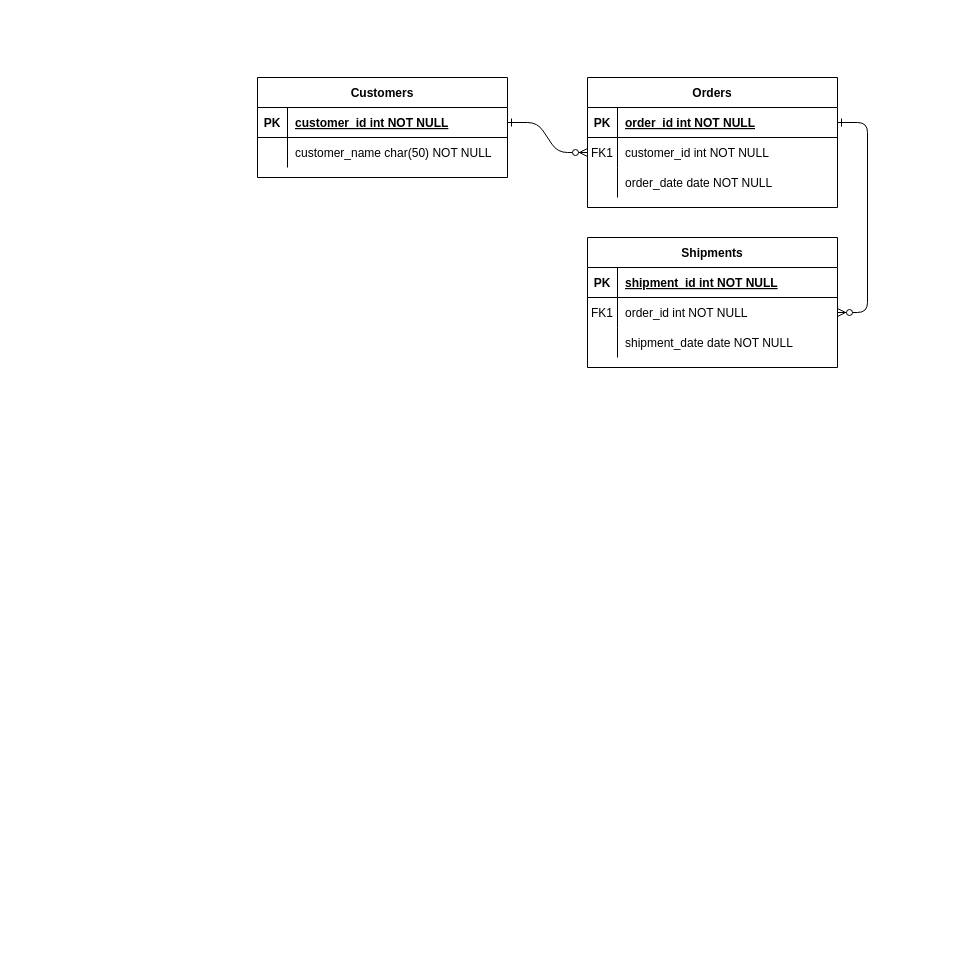
Before: Untitled Diagram.drawio in aeunderhill/BootcampX, a draw.io diagram. Source tidied: cells renumbered, new cells numbered last; positions are measured from the earlier drawing's top-left corner, leaving out a move shared by most shapes. Both pictures are drawn from the tidied source at 100%, with x=0, y=0 at pixel (257, 77).
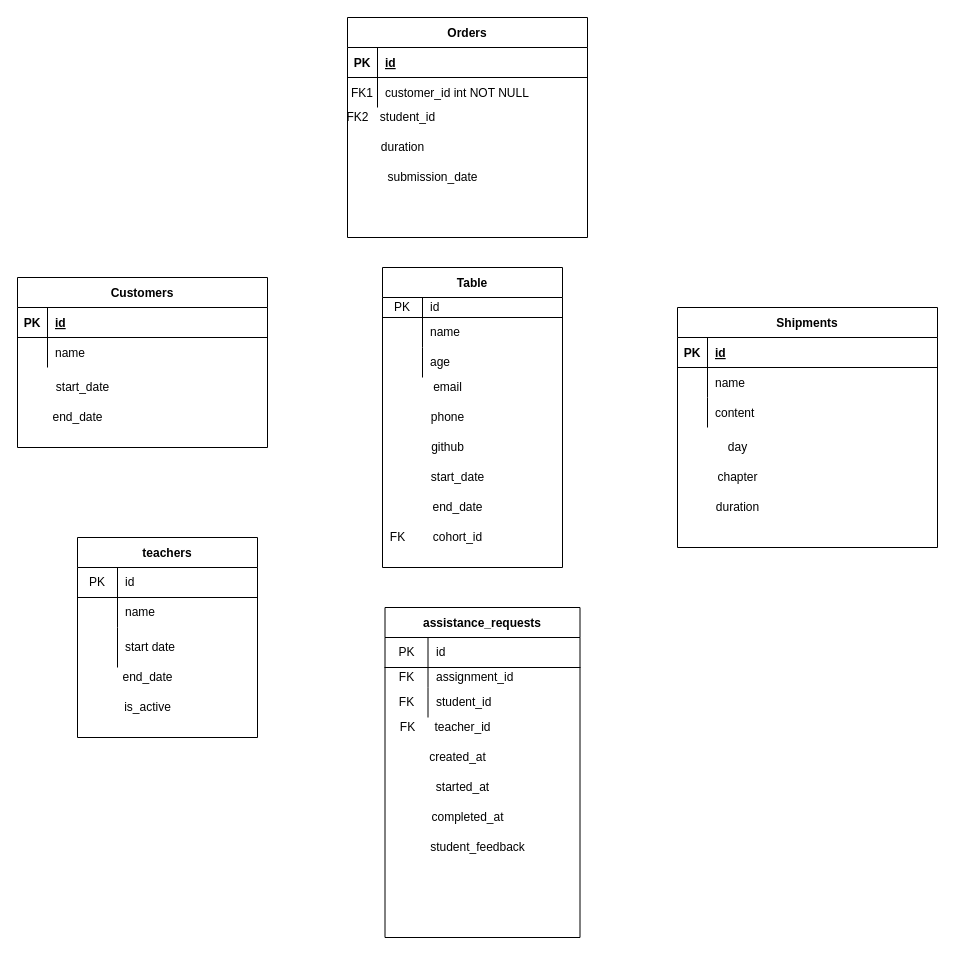
The same diagram, later.

Unchanged cells that the change refers to:
```xml
<mxCell id="25" style="shape=partialRectangle;fillColor=none;points=[[0,0.5],[1,0.5]];portConstraint=eastwest;top=0;left=0;right=0;bottom=1;" parent="24" vertex="1">
  <mxGeometry y="30" width="250" height="30" as="geometry" />
</mxCell>
<mxCell id="28" style="shape=partialRectangle;fillColor=none;top=0;left=0;right=0;bottom=0;" parent="24" vertex="1">
  <mxGeometry y="60" width="250" height="30" as="geometry" />
</mxCell>
```

What changed in the source:
```diff
@@
-    <mxCell id="2" style="edgeStyle=entityRelationEdgeStyle;endArrow=ERzeroToMany;startArrow=ERone;endFill=1;startFill=0;" parent="1" edge="1" source="25" target="8">
-      <mxGeometry relative="1" as="geometry" />
-    </mxCell>
-    <mxCell id="3" style="edgeStyle=entityRelationEdgeStyle;endArrow=ERzeroToMany;startArrow=ERone;endFill=1;startFill=0;" parent="1" edge="1" source="5" target="18">
-      <mxGeometry relative="1" as="geometry" />
-    </mxCell>
     <mxCell id="4" value="Orders" style="shape=table;startSize=30;childLayout=tableLayout;rowLines=0;fontStyle=1;align=center;" parent="1" vertex="1">
-      <mxGeometry x="330" width="250" height="130" as="geometry" />
+      <mxGeometry x="90" y="-60" width="240" height="220" as="geometry" />
     </mxCell>
     <mxCell id="5" style="shape=partialRectangle;fillColor=none;points=[[0,0.5],[1,0.5]];portConstraint=eastwest;top=0;left=0;right=0;bottom=1;" parent="4" vertex="1">
-      <mxGeometry y="30" width="250" height="30" as="geometry" />
+      <mxGeometry y="30" width="240" height="30" as="geometry" />
     </mxCell>
@@
-    <mxCell id="7" value="order_id int NOT NULL " style="shape=partialRectangle;overflow=hidden;fillColor=none;top=0;left=0;bottom=0;right=0;align=left;spacingLeft=6;fontStyle=5;" parent="5" vertex="1">
-      <mxGeometry x="30" width="220" height="30" as="geometry" />
+    <mxCell id="7" value="id" style="shape=partialRectangle;overflow=hidden;fillColor=none;top=0;left=0;bottom=0;right=0;align=left;spacingLeft=6;fontStyle=5;" parent="5" vertex="1">
+      <mxGeometry x="30" width="210" height="30" as="geometry" />
     </mxCell>
     <mxCell id="8" style="shape=partialRectangle;fillColor=none;points=[[0,0.5],[1,0.5]];portConstraint=eastwest;top=0;left=0;right=0;bottom=0;" parent="4" vertex="1">
-      <mxGeometry y="60" width="250" height="30" as="geometry" />
+      <mxGeometry y="60" width="240" height="30" as="geometry" />
     </mxCell>
@@
     <mxCell id="10" value="customer_id int NOT NULL" style="shape=partialRectangle;overflow=hidden;fillColor=none;top=0;left=0;bottom=0;right=0;align=left;spacingLeft=6;" parent="8" vertex="1">
-      <mxGeometry x="30" width="220" height="30" as="geometry" />
+      <mxGeometry x="30" width="210" height="30" as="geometry" />
     </mxCell>
-    <mxCell id="11" style="shape=partialRectangle;fillColor=none;top=0;left=0;right=0;bottom=0;" parent="4" vertex="1">
-      <mxGeometry y="90" width="250" height="30" as="geometry" />
-    </mxCell>
-    <mxCell id="12" style="shape=partialRectangle;overflow=hidden;fillColor=none;top=0;left=0;bottom=0;right=0;" parent="11" vertex="1">
-      <mxGeometry width="30" height="30" as="geometry" />
-    </mxCell>
-    <mxCell id="13" value="order_date date NOT NULL" style="shape=partialRectangle;overflow=hidden;fillColor=none;top=0;left=0;bottom=0;right=0;align=left;spacingLeft=6;" parent="11" vertex="1">
-      <mxGeometry x="30" width="220" height="30" as="geometry" />
-    </mxCell>
     <mxCell id="14" value="Shipments" style="shape=table;startSize=30;childLayout=tableLayout;rowLines=0;fontStyle=1;align=center;" parent="1" vertex="1">
-      <mxGeometry x="330" y="160" width="250" height="130" as="geometry" />
+      <mxGeometry x="420" y="230" width="260" height="240" as="geometry" />
     </mxCell>
     <mxCell id="15" style="shape=partialRectangle;fillColor=none;top=0;left=0;right=0;bottom=1;" parent="14" vertex="1">
-      <mxGeometry y="30" width="250" height="30" as="geometry" />
+      <mxGeometry y="30" width="260" height="30" as="geometry" />
     </mxCell>
@@
-    <mxCell id="17" value="shipment_id int NOT NULL " style="shape=partialRectangle;overflow=hidden;fillColor=none;top=0;left=0;bottom=0;right=0;align=left;spacingLeft=6;fontStyle=5;" parent="15" vertex="1">
-      <mxGeometry x="30" width="220" height="30" as="geometry" />
+    <mxCell id="17" value="id" style="shape=partialRectangle;overflow=hidden;fillColor=none;top=0;left=0;bottom=0;right=0;align=left;spacingLeft=6;fontStyle=5;" parent="15" vertex="1">
+      <mxGeometry x="30" width="230" height="30" as="geometry" />
     </mxCell>
     <mxCell id="18" style="shape=partialRectangle;fillColor=none;points=[[0,0.5],[1,0.5]];portConstraint=eastwest;top=0;left=0;right=0;bottom=0;" parent="14" vertex="1">
-      <mxGeometry y="60" width="250" height="30" as="geometry" />
+      <mxGeometry y="60" width="260" height="30" as="geometry" />
     </mxCell>
-    <mxCell id="19" value="FK1" style="shape=partialRectangle;overflow=hidden;fillColor=none;top=0;left=0;bottom=0;right=0;" parent="18" vertex="1">
+    <mxCell id="19" style="shape=partialRectangle;overflow=hidden;fillColor=none;top=0;left=0;bottom=0;right=0;" parent="18" vertex="1">
       <mxGeometry width="30" height="30" as="geometry" />
     </mxCell>
-    <mxCell id="20" value="order_id int NOT NULL" style="shape=partialRectangle;overflow=hidden;fillColor=none;top=0;left=0;bottom=0;right=0;align=left;spacingLeft=6;" parent="18" vertex="1">
-      <mxGeometry x="30" width="220" height="30" as="geometry" />
+    <mxCell id="20" value="name" style="shape=partialRectangle;overflow=hidden;fillColor=none;top=0;left=0;bottom=0;right=0;align=left;spacingLeft=6;" parent="18" vertex="1">
+      <mxGeometry x="30" width="230" height="30" as="geometry" />
     </mxCell>
     <mxCell id="21" style="shape=partialRectangle;fillColor=none;top=0;left=0;right=0;bottom=0;" parent="14" vertex="1">
-      <mxGeometry y="90" width="250" height="30" as="geometry" />
+      <mxGeometry y="90" width="260" height="30" as="geometry" />
     </mxCell>
@@
-    <mxCell id="23" value="shipment_date date NOT NULL" style="shape=partialRectangle;overflow=hidden;fillColor=none;top=0;left=0;bottom=0;right=0;align=left;spacingLeft=6;" parent="21" vertex="1">
-      <mxGeometry x="30" width="220" height="30" as="geometry" />
+    <mxCell id="23" value="content" style="shape=partialRectangle;overflow=hidden;fillColor=none;top=0;left=0;bottom=0;right=0;align=left;spacingLeft=6;" parent="21" vertex="1">
+      <mxGeometry x="30" width="230" height="30" as="geometry" />
     </mxCell>
     <mxCell id="24" value="Customers" style="shape=table;startSize=30;childLayout=tableLayout;rowLines=0;fontStyle=1;align=center;" parent="1" vertex="1">
-      <mxGeometry width="250" height="100" as="geometry" />
+      <mxGeometry x="-240" y="200" width="250" height="170" as="geometry" />
     </mxCell>
@@
-    <mxCell id="27" value="customer_id int NOT NULL " style="shape=partialRectangle;overflow=hidden;fillColor=none;top=0;left=0;bottom=0;right=0;align=left;spacingLeft=6;fontStyle=5;" parent="25" vertex="1">
+    <mxCell id="27" value="id" style="shape=partialRectangle;overflow=hidden;fillColor=none;top=0;left=0;bottom=0;right=0;align=left;spacingLeft=6;fontStyle=5;" parent="25" vertex="1">
       <mxGeometry x="30" width="220" height="30" as="geometry" />
     </mxCell>
@@
-    <mxCell id="30" value="customer_name char(50) NOT NULL" style="shape=partialRectangle;overflow=hidden;fillColor=none;top=0;left=0;bottom=0;right=0;align=left;spacingLeft=6;" parent="28" vertex="1">
+    <mxCell id="30" value="name" style="shape=partialRectangle;overflow=hidden;fillColor=none;top=0;left=0;bottom=0;right=0;align=left;spacingLeft=6;" parent="28" vertex="1">
       <mxGeometry x="30" width="220" height="30" as="geometry" />
     </mxCell>
+    <mxCell id="31" value="assistance_requests" style="shape=table;startSize=30;childLayout=tableLayout;rowLines=0;fontStyle=1;align=center;" parent="1" vertex="1">
+      <mxGeometry x="127.5" y="530" width="195" height="330" as="geometry" />
+    </mxCell>
+    <mxCell id="32" style="shape=partialRectangle;html=1;whiteSpace=wrap;fillColor=none;top=0;left=0;bottom=1;right=0;" parent="31" vertex="1">
+      <mxGeometry y="30" width="195" height="30" as="geometry" />
+    </mxCell>
+    <mxCell id="33" value="PK" style="shape=partialRectangle;html=1;whiteSpace=wrap;fillColor=none;top=0;left=0;bottom=0;right=0;overflow=hidden;" parent="32" vertex="1">
+      <mxGeometry width="43" height="30" as="geometry" />
+    </mxCell>
+    <mxCell id="34" value="id" style="shape=partialRectangle;html=1;whiteSpace=wrap;fillColor=none;top=0;left=0;bottom=0;right=0;align=left;spacingLeft=6;overflow=hidden;" parent="32" vertex="1">
+      <mxGeometry x="43" width="152" height="30" as="geometry" />
+    </mxCell>
+    <mxCell id="35" style="shape=partialRectangle;html=1;whiteSpace=wrap;fillColor=none;top=0;left=0;bottom=0;right=0;" parent="31" vertex="1">
+      <mxGeometry y="60" width="195" height="20" as="geometry" />
+    </mxCell>
+    <mxCell id="36" value="FK" style="shape=partialRectangle;html=1;whiteSpace=wrap;fillColor=none;top=0;left=0;bottom=0;right=0;overflow=hidden;" parent="35" vertex="1">
+      <mxGeometry width="43" height="20" as="geometry" />
+    </mxCell>
+    <mxCell id="37" value="assignment_id" style="shape=partialRectangle;html=1;whiteSpace=wrap;fillColor=none;top=0;left=0;bottom=0;right=0;align=left;spacingLeft=6;overflow=hidden;" parent="35" vertex="1">
+      <mxGeometry x="43" width="152" height="20" as="geometry" />
+    </mxCell>
+    <mxCell id="38" style="shape=partialRectangle;html=1;whiteSpace=wrap;fillColor=none;top=0;left=0;bottom=0;right=0;" parent="31" vertex="1">
+      <mxGeometry y="80" width="195" height="30" as="geometry" />
+    </mxCell>
+    <mxCell id="39" value="FK" style="shape=partialRectangle;html=1;whiteSpace=wrap;fillColor=none;top=0;left=0;bottom=0;right=0;overflow=hidden;" parent="38" vertex="1">
+      <mxGeometry width="43" height="30" as="geometry" />
+    </mxCell>
+    <mxCell id="40" value="student_id" style="shape=partialRectangle;html=1;whiteSpace=wrap;fillColor=none;top=0;left=0;bottom=0;right=0;align=left;spacingLeft=6;overflow=hidden;" parent="38" vertex="1">
+      <mxGeometry x="43" width="152" height="30" as="geometry" />
+    </mxCell>
+    <mxCell id="41" value="Table" style="shape=table;startSize=30;childLayout=tableLayout;rowLines=0;fontStyle=1;align=center;" parent="1" vertex="1">
+      <mxGeometry x="125" y="190" width="180" height="300" as="geometry" />
+    </mxCell>
+    <mxCell id="42" style="shape=partialRectangle;html=1;whiteSpace=wrap;fillColor=none;top=0;left=0;bottom=1;right=0;" parent="41" vertex="1">
+      <mxGeometry y="30" width="180" height="20" as="geometry" />
+    </mxCell>
+    <mxCell id="43" value="PK" style="shape=partialRectangle;html=1;whiteSpace=wrap;fillColor=none;top=0;left=0;bottom=0;right=0;overflow=hidden;" parent="42" vertex="1">
+      <mxGeometry width="40" height="20" as="geometry" />
+    </mxCell>
+    <mxCell id="44" value="id" style="shape=partialRectangle;html=1;whiteSpace=wrap;fillColor=none;top=0;left=0;bottom=0;right=0;align=left;spacingLeft=6;overflow=hidden;" parent="42" vertex="1">
+      <mxGeometry x="40" width="140" height="20" as="geometry" />
+    </mxCell>
+    <mxCell id="45" style="shape=partialRectangle;html=1;whiteSpace=wrap;fillColor=none;top=0;left=0;bottom=0;right=0;" parent="41" vertex="1">
+      <mxGeometry y="50" width="180" height="30" as="geometry" />
+    </mxCell>
+    <mxCell id="46" style="shape=partialRectangle;html=1;whiteSpace=wrap;fillColor=none;top=0;left=0;bottom=0;right=0;overflow=hidden;" parent="45" vertex="1">
+      <mxGeometry width="40" height="30" as="geometry" />
+    </mxCell>
+    <mxCell id="47" value="name" style="shape=partialRectangle;html=1;whiteSpace=wrap;fillColor=none;top=0;left=0;bottom=0;right=0;align=left;spacingLeft=6;overflow=hidden;" parent="45" vertex="1">
+      <mxGeometry x="40" width="140" height="30" as="geometry" />
+    </mxCell>
+    <mxCell id="48" style="shape=partialRectangle;html=1;whiteSpace=wrap;fillColor=none;top=0;left=0;bottom=0;right=0;" parent="41" vertex="1">
+      <mxGeometry y="80" width="180" height="30" as="geometry" />
+    </mxCell>
+    <mxCell id="49" style="shape=partialRectangle;html=1;whiteSpace=wrap;fillColor=none;top=0;left=0;bottom=0;right=0;overflow=hidden;" parent="48" vertex="1">
+      <mxGeometry width="40" height="30" as="geometry" />
+    </mxCell>
+    <mxCell id="50" value="age" style="shape=partialRectangle;html=1;whiteSpace=wrap;fillColor=none;top=0;left=0;bottom=0;right=0;align=left;spacingLeft=6;overflow=hidden;" parent="48" vertex="1">
+      <mxGeometry x="40" width="140" height="30" as="geometry" />
+    </mxCell>
+    <mxCell id="51" value="FK2" style="text;html=1;align=center;verticalAlign=middle;strokeColor=none;fontSize=12;" parent="1" vertex="1">
+      <mxGeometry x="80" y="30" width="40" height="20" as="geometry" />
+    </mxCell>
+    <mxCell id="52" value="student_id" style="text;html=1;align=center;verticalAlign=middle;strokeColor=none;fontSize=12;" parent="1" vertex="1">
+      <mxGeometry x="115" y="30" width="70" height="20" as="geometry" />
+    </mxCell>
+    <mxCell id="53" value="duration" style="text;html=1;align=center;verticalAlign=middle;strokeColor=none;fontSize=12;" parent="1" vertex="1">
+      <mxGeometry x="115" y="60" width="60" height="20" as="geometry" />
+    </mxCell>
+    <mxCell id="54" value="submission_date" style="text;html=1;align=center;verticalAlign=middle;strokeColor=none;fontSize=12;" parent="1" vertex="1">
+      <mxGeometry x="120" y="90" width="110" height="20" as="geometry" />
+    </mxCell>
+    <mxCell id="55" value="start_date" style="text;html=1;align=center;verticalAlign=middle;strokeColor=none;fontSize=12;" parent="1" vertex="1">
+      <mxGeometry x="-210" y="300" width="70" height="20" as="geometry" />
+    </mxCell>
+    <mxCell id="56" value="end_date" style="text;html=1;align=center;verticalAlign=middle;strokeColor=none;fontSize=12;" parent="1" vertex="1">
+      <mxGeometry x="-215" y="330" width="70" height="20" as="geometry" />
+    </mxCell>
+    <mxCell id="57" value="email" style="text;html=1;align=center;verticalAlign=middle;strokeColor=none;fontSize=12;" parent="1" vertex="1">
+      <mxGeometry x="170" y="300" width="40" height="20" as="geometry" />
+    </mxCell>
+    <mxCell id="58" value="phone" style="text;html=1;align=center;verticalAlign=middle;strokeColor=none;fontSize=12;" parent="1" vertex="1">
+      <mxGeometry x="165" y="330" width="50" height="20" as="geometry" />
+    </mxCell>
+    <mxCell id="59" value="github" style="text;html=1;align=center;verticalAlign=middle;strokeColor=none;fontSize=12;" parent="1" vertex="1">
+      <mxGeometry x="165" y="360" width="50" height="20" as="geometry" />
+    </mxCell>
+    <mxCell id="60" value="start_date" style="text;html=1;align=center;verticalAlign=middle;strokeColor=none;fontSize=12;" parent="1" vertex="1">
+      <mxGeometry x="165" y="390" width="70" height="20" as="geometry" />
+    </mxCell>
+    <mxCell id="61" value="end_date" style="text;html=1;align=center;verticalAlign=middle;strokeColor=none;fontSize=12;" parent="1" vertex="1">
+      <mxGeometry x="165" y="420" width="70" height="20" as="geometry" />
+    </mxCell>
+    <mxCell id="62" value="cohort_id" style="text;html=1;align=center;verticalAlign=middle;strokeColor=none;fontSize=12;" parent="1" vertex="1">
+      <mxGeometry x="170" y="450" width="60" height="20" as="geometry" />
+    </mxCell>
+    <mxCell id="63" value="teachers" style="shape=table;startSize=30;childLayout=tableLayout;rowLines=0;fontStyle=1;align=center;fontSize=12;" parent="1" vertex="1">
+      <mxGeometry x="-180" y="460" width="180" height="200" as="geometry" />
+    </mxCell>
+    <mxCell id="64" style="shape=partialRectangle;html=1;whiteSpace=wrap;fillColor=none;top=0;left=0;bottom=1;right=0;" parent="63" vertex="1">
+      <mxGeometry y="30" width="180" height="30" as="geometry" />
+    </mxCell>
+    <mxCell id="65" value="PK" style="shape=partialRectangle;html=1;whiteSpace=wrap;fillColor=none;top=0;left=0;bottom=0;right=0;overflow=hidden;" parent="64" vertex="1">
+      <mxGeometry width="40" height="30" as="geometry" />
+    </mxCell>
+    <mxCell id="66" value="id" style="shape=partialRectangle;html=1;whiteSpace=wrap;fillColor=none;top=0;left=0;bottom=0;right=0;align=left;spacingLeft=6;overflow=hidden;" parent="64" vertex="1">
+      <mxGeometry x="40" width="140" height="30" as="geometry" />
+    </mxCell>
+    <mxCell id="67" style="shape=partialRectangle;html=1;whiteSpace=wrap;fillColor=none;top=0;left=0;bottom=0;right=0;" parent="63" vertex="1">
+      <mxGeometry y="60" width="180" height="30" as="geometry" />
+    </mxCell>
+    <mxCell id="68" style="shape=partialRectangle;html=1;whiteSpace=wrap;fillColor=none;top=0;left=0;bottom=0;right=0;overflow=hidden;" parent="67" vertex="1">
+      <mxGeometry width="40" height="30" as="geometry" />
+    </mxCell>
+    <mxCell id="69" value="name" style="shape=partialRectangle;html=1;whiteSpace=wrap;fillColor=none;top=0;left=0;bottom=0;right=0;align=left;spacingLeft=6;overflow=hidden;" parent="67" vertex="1">
+      <mxGeometry x="40" width="140" height="30" as="geometry" />
+    </mxCell>
+    <mxCell id="70" style="shape=partialRectangle;html=1;whiteSpace=wrap;fillColor=none;top=0;left=0;bottom=0;right=0;" parent="63" vertex="1">
+      <mxGeometry y="90" width="180" height="40" as="geometry" />
+    </mxCell>
+    <mxCell id="71" style="shape=partialRectangle;html=1;whiteSpace=wrap;fillColor=none;top=0;left=0;bottom=0;right=0;overflow=hidden;" parent="70" vertex="1">
+      <mxGeometry width="40" height="40" as="geometry" />
+    </mxCell>
+    <mxCell id="72" value="start date" style="shape=partialRectangle;html=1;whiteSpace=wrap;fillColor=none;top=0;left=0;bottom=0;right=0;align=left;spacingLeft=6;overflow=hidden;" parent="70" vertex="1">
+      <mxGeometry x="40" width="140" height="40" as="geometry" />
+    </mxCell>
+    <mxCell id="73" value="FK" style="text;html=1;align=center;verticalAlign=middle;strokeColor=none;fontSize=12;" parent="1" vertex="1">
+      <mxGeometry x="135" y="640" width="30" height="20" as="geometry" />
+    </mxCell>
+    <mxCell id="74" value="teacher_id" style="text;html=1;align=center;verticalAlign=middle;strokeColor=none;fontSize=12;" parent="1" vertex="1">
+      <mxGeometry x="170" y="640" width="70" height="20" as="geometry" />
+    </mxCell>
+    <mxCell id="75" value="created_at" style="text;html=1;align=center;verticalAlign=middle;strokeColor=none;fontSize=12;" parent="1" vertex="1">
+      <mxGeometry x="165" y="670" width="70" height="20" as="geometry" />
+    </mxCell>
+    <mxCell id="76" value="started_at" style="text;html=1;align=center;verticalAlign=middle;strokeColor=none;fontSize=12;" parent="1" vertex="1">
+      <mxGeometry x="170" y="700" width="70" height="20" as="geometry" />
+    </mxCell>
+    <mxCell id="77" value="student_feedback" style="text;html=1;align=center;verticalAlign=middle;strokeColor=none;fontSize=12;" parent="1" vertex="1">
+      <mxGeometry x="165" y="760" width="110" height="20" as="geometry" />
+    </mxCell>
+    <mxCell id="78" value="completed_at" style="text;html=1;align=center;verticalAlign=middle;strokeColor=none;fontSize=12;" parent="1" vertex="1">
+      <mxGeometry x="165" y="730" width="90" height="20" as="geometry" />
+    </mxCell>
+    <mxCell id="79" value="day" style="text;html=1;align=center;verticalAlign=middle;strokeColor=none;fontSize=12;" parent="1" vertex="1">
+      <mxGeometry x="465" y="360" width="30" height="20" as="geometry" />
+    </mxCell>
+    <mxCell id="80" value="chapter" style="text;html=1;align=center;verticalAlign=middle;strokeColor=none;fontSize=12;" parent="1" vertex="1">
+      <mxGeometry x="450" y="390" width="60" height="20" as="geometry" />
+    </mxCell>
+    <mxCell id="81" value="duration" style="text;html=1;align=center;verticalAlign=middle;strokeColor=none;fontSize=12;" parent="1" vertex="1">
+      <mxGeometry x="450" y="420" width="60" height="20" as="geometry" />
+    </mxCell>
+    <mxCell id="82" value="FK" style="text;html=1;align=center;verticalAlign=middle;strokeColor=none;fontSize=12;" parent="1" vertex="1">
+      <mxGeometry x="125" y="450" width="30" height="20" as="geometry" />
+    </mxCell>
+    <mxCell id="83" value="end_date" style="text;html=1;align=center;verticalAlign=middle;strokeColor=none;fontSize=12;" parent="1" vertex="1">
+      <mxGeometry x="-145" y="590" width="70" height="20" as="geometry" />
+    </mxCell>
+    <mxCell id="84" value="is_active" style="text;html=1;align=center;verticalAlign=middle;strokeColor=none;fontSize=12;" parent="1" vertex="1">
+      <mxGeometry x="-140" y="620" width="60" height="20" as="geometry" />
+    </mxCell>
```
